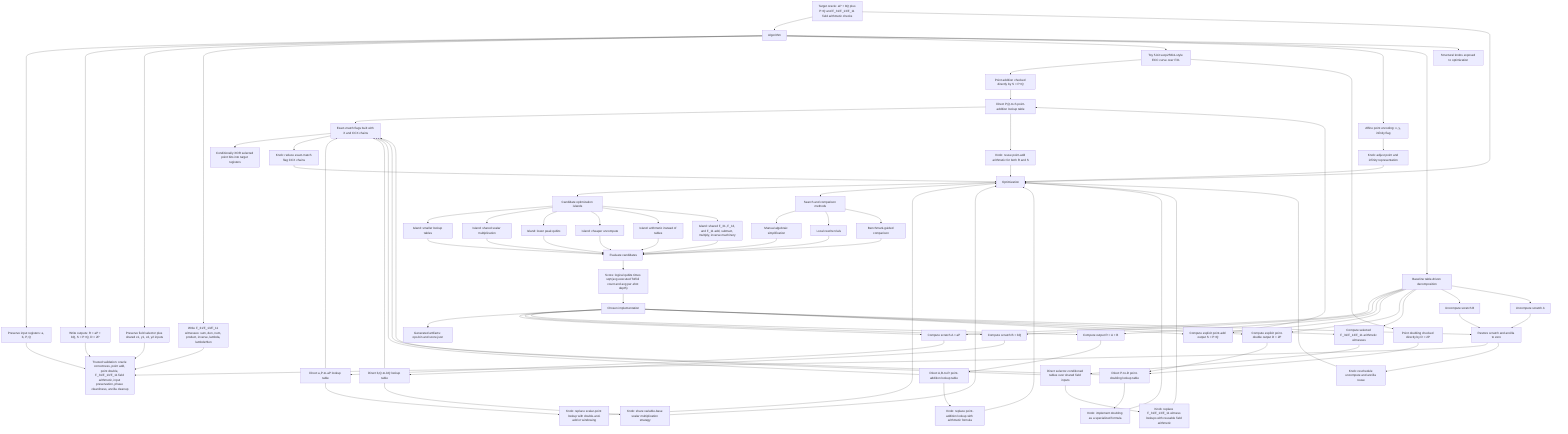
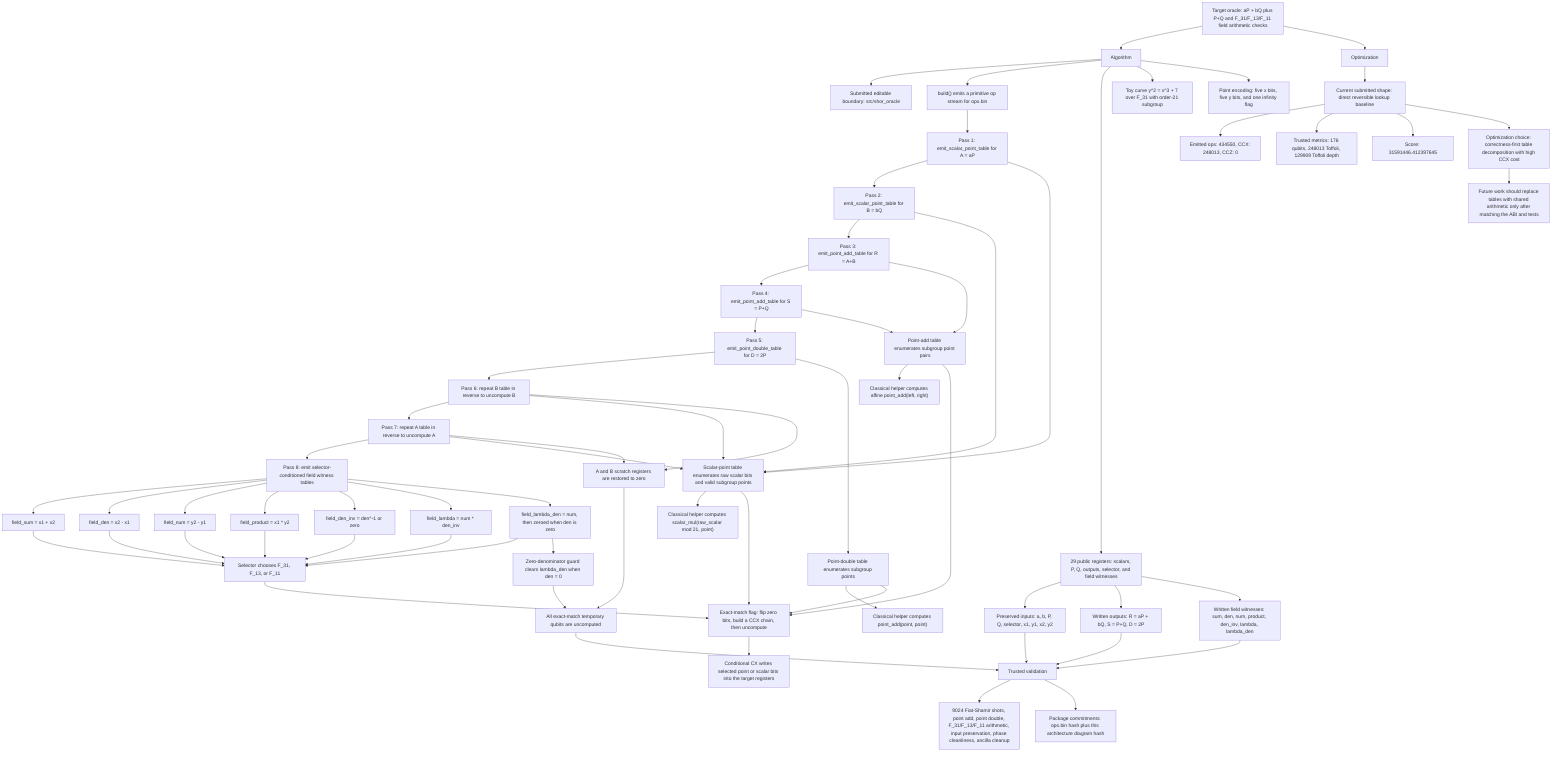
flowchart TD
  Target["Target oracle: aP + bQ plus P+Q and F_31/F_13/F_11 field arithmetic checks"]
  Algorithm["Algorithm"]
  Optimization["Optimization"]

  Target --> Algorithm
  Target --> Optimization

-   Algorithm --> ABI["Preserve input registers: a, b, P, Q"]
-   Algorithm --> Output["Write outputs: R = aP + bQ, S = P+Q, D = 2P"]
-   Algorithm --> FieldABI["Preserve field selector plus shared x1, y1, x2, y2 inputs"]
-   Algorithm --> FieldOut["Write F_31/F_13/F_11 witnesses: sum, den, num, product, inverse, lambda, lambda*den"]
-   Algorithm --> Curve["Toy 5-bit secp256k1-style ECC curve over F31"]
-   Algorithm --> Encoding["Affine point encoding: x, y, infinity flag"]
+   Algorithm --> Boundary["Submitted editable boundary: src/shor_oracle"]
+   Algorithm --> Build["build() emits a primitive op stream for ops.bin"]
+   Algorithm --> Registers["29 public registers: scalars, P, Q, outputs, selector, and field witnesses"]
+   Algorithm --> Curve["Toy curve y^2 = x^3 + 7 over F_31 with order-21 subgroup"]
+   Algorithm --> Encoding["Point encoding: five x bits, five y bits, and one infinity flag"]

-   Algorithm --> Baseline["Baseline table-driven decomposition"]
-   Baseline --> AP["Compute scratch A = aP"]
-   Baseline --> BQ["Compute scratch B = bQ"]
-   Baseline --> Add["Compute output R = A + B"]
-   Baseline --> CheckAdd["Compute explicit point-add output S = P+Q"]
-   Baseline --> CheckDouble["Compute explicit point-double output D = 2P"]
-   Baseline --> FieldCheck["Compute selected F_31/F_13/F_11 arithmetic witnesses"]
-   Baseline --> UncomputeB["Uncompute scratch B"]
-   Baseline --> UncomputeA["Uncompute scratch A"]
+   Registers --> Preserve["Preserved inputs: a, b, P, Q, selector, x1, y1, x2, y2"]
+   Registers --> Outputs["Written outputs: R = aP + bQ, S = P+Q, D = 2P"]
+   Registers --> FieldOutputs["Written field witnesses: sum, den, num, product, den_inv, lambda, lambda_den"]

-   AP --> APTable["Direct a,P-to-aP lookup table"]
-   BQ --> BQTable["Direct b,Q-to-bQ lookup table"]
-   Add --> AddTable["Direct A,B-to-R point-addition lookup table"]
-   CheckAdd --> CheckAddTable["Direct P,Q-to-S point-addition lookup table"]
-   CheckDouble --> DoubleTable["Direct P-to-D point-doubling lookup table"]
-   FieldCheck --> FieldTables["Direct selector-conditioned tables over shared field inputs"]
-   UncomputeB --> Cleanup["Restore scratch and ancilla to zero"]
-   UncomputeA --> Cleanup
+   Build --> Pass1["Pass 1: emit_scalar_point_table for A = aP"]
+   Pass1 --> Pass2["Pass 2: emit_scalar_point_table for B = bQ"]
+   Pass2 --> Pass3["Pass 3: emit_point_add_table for R = A+B"]
+   Pass3 --> Pass4["Pass 4: emit_point_add_table for S = P+Q"]
+   Pass4 --> Pass5["Pass 5: emit_point_double_table for D = 2P"]
+   Pass5 --> Pass6["Pass 6: repeat B table in reverse to uncompute B"]
+   Pass6 --> Pass7["Pass 7: repeat A table in reverse to uncompute A"]
+   Pass7 --> Pass8["Pass 8: emit selector-conditioned field witness tables"]

-   APTable --> MatchFlags["Exact-match flags built with X and CCX chains"]
-   BQTable --> MatchFlags
-   AddTable --> MatchFlags
-   CheckAddTable --> MatchFlags
-   DoubleTable --> MatchFlags
-   FieldTables --> MatchFlags
-   MatchFlags --> PointXor["Conditionally XOR selected point bits into target registers"]
+   Pass1 --> ScalarPoint["Scalar-point table enumerates raw scalar bits and valid subgroup points"]
+   Pass2 --> ScalarPoint
+   Pass6 --> ScalarPoint
+   Pass7 --> ScalarPoint
+   ScalarPoint --> ScalarClassical["Classical helper computes scalar_mul(raw_scalar mod 21, point)"]

-   Curve --> PointAddition["Point addition checked directly by S = P+Q"]
-   Curve --> PointDoubling["Point doubling checked directly by D = 2P"]
-   PointAddition --> CheckAddTable
-   PointDoubling --> DoubleTable
+   Pass3 --> PointAdd["Point-add table enumerates subgroup point pairs"]
+   Pass4 --> PointAdd
+   PointAdd --> PointClassical["Classical helper computes affine point_add(left, right)"]
+   Pass5 --> PointDouble["Point-double table enumerates subgroup points"]
+   PointDouble --> DoubleClassical["Classical helper computes point_add(point, point)"]

-   ABI --> Validation["Trusted validation: oracle correctness, point add, point double, F_31/F_13/F_11 field arithmetic, input preservation, phase cleanliness, ancilla cleanup"]
-   FieldABI --> Validation
-   Cleanup --> Validation
-   Output --> Validation
-   FieldOut --> Validation
+   Pass8 --> FieldAdd["field_sum = x1 + x2"]
+   Pass8 --> FieldDen["field_den = x2 - x1"]
+   Pass8 --> FieldNum["field_num = y2 - y1"]
+   Pass8 --> FieldMul["field_product = x1 * y2"]
+   Pass8 --> FieldInv["field_den_inv = den^-1 or zero"]
+   Pass8 --> FieldLambda["field_lambda = num * den_inv"]
+   Pass8 --> FieldLambdaDen["field_lambda_den = num, then zeroed when den is zero"]
+   FieldAdd --> FieldSpecs["Selector chooses F_31, F_13, or F_11"]
+   FieldDen --> FieldSpecs
+   FieldNum --> FieldSpecs
+   FieldMul --> FieldSpecs
+   FieldInv --> FieldSpecs
+   FieldLambda --> FieldSpecs
+   FieldLambdaDen --> FieldSpecs

-   Algorithm --> Knobs["Structural knobs exposed to optimization"]
-   APTable --> K1["Knob: replace scalar-point lookup with double-and-add or windowing"]
-   BQTable --> K2["Knob: share variable-base scalar multiplication strategy"]
-   AddTable --> K3["Knob: replace point-addition lookup with arithmetic formula"]
-   CheckAddTable --> K4["Knob: reuse point-add arithmetic for both R and S"]
-   DoubleTable --> K5["Knob: implement doubling as a specialized formula"]
-   FieldTables --> K6["Knob: replace F_31/F_13/F_11 witness lookups with reusable field arithmetic"]
-   MatchFlags --> K7["Knob: reduce exact-match flag CCX chains"]
-   Cleanup --> K8["Knob: reschedule uncompute and ancilla reuse"]
-   Encoding --> K9["Knob: adjust point and infinity representation"]
+   ScalarPoint --> MatchFlag["Exact-match flag: flip zero bits, build a CCX chain, then uncompute"]
+   PointAdd --> MatchFlag
+   PointDouble --> MatchFlag
+   FieldSpecs --> MatchFlag
+   MatchFlag --> ConditionalWrite["Conditional CX writes selected point or scalar bits into the target registers"]

-   K1 --> Optimization
-   K2 --> Optimization
-   K3 --> Optimization
-   K4 --> Optimization
-   K5 --> Optimization
-   K6 --> Optimization
-   K7 --> Optimization
-   K8 --> Optimization
-   K9 --> Optimization
+   Pass6 --> Cleanup["A and B scratch registers are restored to zero"]
+   Pass7 --> Cleanup
+   FieldLambdaDen --> ZeroCase["Zero-denominator guard clears lambda_den when den = 0"]
+   Cleanup --> Ancilla["All exact-match temporary qubits are uncomputed"]
+   ZeroCase --> Ancilla

-   Optimization --> Islands["Candidate optimization islands"]
-   Islands --> I1["Island: smaller lookup tables"]
-   Islands --> I2["Island: shared scalar multiplication"]
-   Islands --> I3["Island: lower peak qubits"]
-   Islands --> I4["Island: cheaper uncompute"]
-   Islands --> I5["Island: arithmetic instead of tables"]
-   Islands --> I6["Island: shared F_31, F_13, and F_11 add, subtract, multiply, inverse machinery"]
+   Optimization --> CurrentShape["Current submitted shape: direct reversible lookup baseline"]
+   CurrentShape --> StaticMetrics["Emitted ops: 434550, CCX: 248013, CCZ: 0"]
+   CurrentShape --> ExecutedMetrics["Trusted metrics: 176 qubits, 248013 Toffoli, 129909 Toffoli depth"]
+   CurrentShape --> Score["Score: 31591446.412397645"]
+   CurrentShape --> Tradeoff["Optimization choice: correctness-first table decomposition with high CCX cost"]
+   Tradeoff --> ReplaceLater["Future work should replace tables with shared arithmetic only after matching the ABI and tests"]

-   Optimization --> Methods["Search and comparison methods"]
-   Methods --> M1["Manual algebraic simplification"]
-   Methods --> M2["Local rewrite trials"]
-   Methods --> M3["Benchmark-guided comparison"]
- 
-   I1 --> Eval["Evaluate candidates"]
-   I2 --> Eval
-   I3 --> Eval
-   I4 --> Eval
-   I5 --> Eval
-   I6 --> Eval
-   M1 --> Eval
-   M2 --> Eval
-   M3 --> Eval
- 
-   Eval --> Score["Score: logical qubits times sqrt(avg executed Toffoli count and avg per-shot depth)"]
-   Score --> Choice["Chosen implementation"]
-   Choice --> Artifact["Generated artifacts: ops.bin and score.json"]
-   Choice --> AP
-   Choice --> BQ
-   Choice --> Add
-   Choice --> CheckAdd
-   Choice --> CheckDouble
-   Choice --> FieldCheck
-   Choice --> Cleanup
+   Preserve --> Validation["Trusted validation"]
+   Outputs --> Validation
+   FieldOutputs --> Validation
+   Ancilla --> Validation
+   Validation --> Checks["9024 Fiat-Shamir shots, point add, point double, F_31/F_13/F_11 arithmetic, input preservation, phase cleanliness, ancilla cleanup"]
+   Validation --> Commitments["Package commitments: ops.bin hash plus this architecture diagram hash"]
